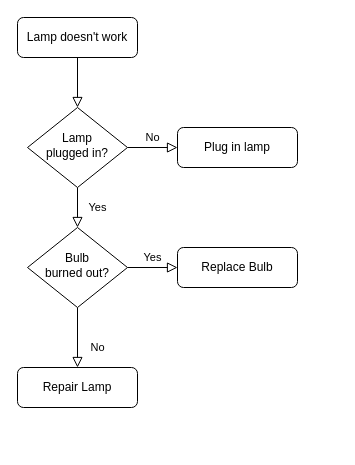
This is Untitled Diagram.drawio from lxp521125/pic, a draw.io file, before an edit. Source tidied: cells renumbered, new cells numbered last; positions are measured from the earlier drawing's top-left corner, leaving out a move shared by most shapes. Both pictures are drawn from the tidied source at 100%, with x=0, y=0 at pixel (17, 17).
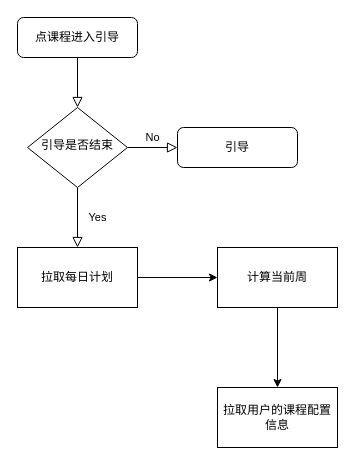
After the change.

The edit, as a diff of the source:
```diff
@@
 <mxGraphModel>
   <root>
     <mxCell id="0" />
     <mxCell id="1" parent="0" />
     <mxCell id="2" style="rounded=0;html=1;jettySize=auto;fontSize=11;endArrow=block;endFill=0;endSize=8;strokeWidth=1;shadow=0;labelBackgroundColor=none;edgeStyle=orthogonalEdgeStyle;" parent="1" edge="1" source="3" target="6">
       <mxGeometry relative="1" as="geometry" />
     </mxCell>
-    <mxCell id="3" value="Lamp doesn't work" style="rounded=1;whiteSpace=wrap;html=1;fontSize=12;glass=0;strokeWidth=1;shadow=0;" parent="1" vertex="1">
+    <mxCell id="3" value="点课程进入引导" style="rounded=1;whiteSpace=wrap;html=1;fontSize=12;glass=0;strokeWidth=1;shadow=0;" parent="1" vertex="1">
       <mxGeometry width="120" height="40" as="geometry" />
     </mxCell>
-    <mxCell id="4" value="Yes" style="rounded=0;html=1;jettySize=auto;fontSize=11;endArrow=block;endFill=0;endSize=8;strokeWidth=1;shadow=0;labelBackgroundColor=none;edgeStyle=orthogonalEdgeStyle;" parent="1" edge="1" source="6" target="10">
+    <mxCell id="4" value="Yes" style="rounded=0;html=1;jettySize=auto;fontSize=11;endArrow=block;endFill=0;endSize=8;strokeWidth=1;shadow=0;labelBackgroundColor=none;edgeStyle=orthogonalEdgeStyle;entryX=0.5;entryY=0;entryDx=0;entryDy=0;" parent="1" edge="1" source="6" target="14">
       <mxGeometry y="20" relative="1" as="geometry" />
     </mxCell>
     <mxCell id="5" value="No" style="edgeStyle=orthogonalEdgeStyle;rounded=0;html=1;jettySize=auto;fontSize=11;endArrow=block;endFill=0;endSize=8;strokeWidth=1;shadow=0;labelBackgroundColor=none;" parent="1" edge="1" source="6" target="7">
       <mxGeometry y="10" relative="1" as="geometry" />
     </mxCell>
-    <mxCell id="6" value="Lamp&lt;br&gt;plugged in?" style="rhombus;whiteSpace=wrap;html=1;shadow=0;fontFamily=Helvetica;fontSize=12;align=center;strokeWidth=1;spacing=6;spacingTop=-4;" parent="1" vertex="1">
+    <mxCell id="6" value="引导是否结束" style="rhombus;whiteSpace=wrap;html=1;shadow=0;fontFamily=Helvetica;fontSize=12;align=center;strokeWidth=1;spacing=6;spacingTop=-4;" parent="1" vertex="1">
       <mxGeometry x="10" y="90" width="100" height="80" as="geometry" />
     </mxCell>
-    <mxCell id="7" value="Plug in lamp" style="rounded=1;whiteSpace=wrap;html=1;fontSize=12;glass=0;strokeWidth=1;shadow=0;" parent="1" vertex="1">
+    <mxCell id="7" value="引导" style="rounded=1;whiteSpace=wrap;html=1;fontSize=12;glass=0;strokeWidth=1;shadow=0;" parent="1" vertex="1">
       <mxGeometry x="160" y="110" width="120" height="40" as="geometry" />
     </mxCell>
-    <mxCell id="8" value="No" style="rounded=0;html=1;jettySize=auto;fontSize=11;endArrow=block;endFill=0;endSize=8;strokeWidth=1;shadow=0;labelBackgroundColor=none;edgeStyle=orthogonalEdgeStyle;" parent="1" edge="1" source="10" target="11">
-      <mxGeometry x="0.33" y="20" relative="1" as="geometry" />
-    </mxCell>
-    <mxCell id="9" value="Yes" style="edgeStyle=orthogonalEdgeStyle;rounded=0;html=1;jettySize=auto;fontSize=11;endArrow=block;endFill=0;endSize=8;strokeWidth=1;shadow=0;labelBackgroundColor=none;" parent="1" edge="1" source="10" target="12">
-      <mxGeometry y="10" relative="1" as="geometry" />
-    </mxCell>
-    <mxCell id="10" value="Bulb&lt;br&gt;burned out?" style="rhombus;whiteSpace=wrap;html=1;shadow=0;fontFamily=Helvetica;fontSize=12;align=center;strokeWidth=1;spacing=6;spacingTop=-4;" parent="1" vertex="1">
-      <mxGeometry x="10" y="210" width="100" height="80" as="geometry" />
-    </mxCell>
-    <mxCell id="11" value="Repair Lamp" style="rounded=1;whiteSpace=wrap;html=1;fontSize=12;glass=0;strokeWidth=1;shadow=0;" parent="1" vertex="1">
-      <mxGeometry y="350" width="120" height="40" as="geometry" />
-    </mxCell>
-    <mxCell id="12" value="Replace Bulb" style="rounded=1;whiteSpace=wrap;html=1;fontSize=12;glass=0;strokeWidth=1;shadow=0;" parent="1" vertex="1">
-      <mxGeometry x="160" y="230" width="120" height="40" as="geometry" />
-    </mxCell>
+    <mxCell id="13" style="edgeStyle=orthogonalEdgeStyle;rounded=0;jettySize=auto;html=1;" parent="1" edge="1" source="14" target="16">
+      <mxGeometry relative="1" as="geometry" />
+    </mxCell>
+    <mxCell id="14" value="拉取每日计划" style="rounded=0;whiteSpace=wrap;html=1;" parent="1" vertex="1">
+      <mxGeometry y="230" width="120" height="60" as="geometry" />
+    </mxCell>
+    <mxCell id="15" style="edgeStyle=orthogonalEdgeStyle;rounded=0;jettySize=auto;html=1;" parent="1" edge="1" source="16" target="17">
+      <mxGeometry relative="1" as="geometry" />
+    </mxCell>
+    <mxCell id="16" value="计算当前周" style="rounded=0;whiteSpace=wrap;html=1;" parent="1" vertex="1">
+      <mxGeometry x="200" y="230" width="120" height="60" as="geometry" />
+    </mxCell>
+    <mxCell id="17" value="拉取用户的课程配置信息" style="rounded=0;whiteSpace=wrap;html=1;" parent="1" vertex="1">
+      <mxGeometry x="200" y="370" width="120" height="60" as="geometry" />
+    </mxCell>
   </root>
 </mxGraphModel>
```
